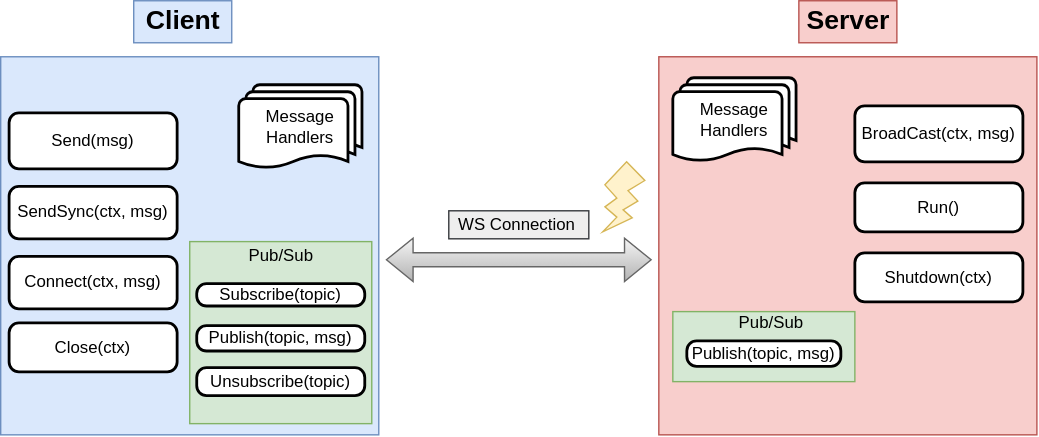
Before: docs/idea.drawio.svg, a diagram exported from draw.io (eloylp/goomerang). Source tidied: cells renumbered, new cells last; positions are measured from the earlier drawing's top-left corner, leaving out a move shared by most shapes.
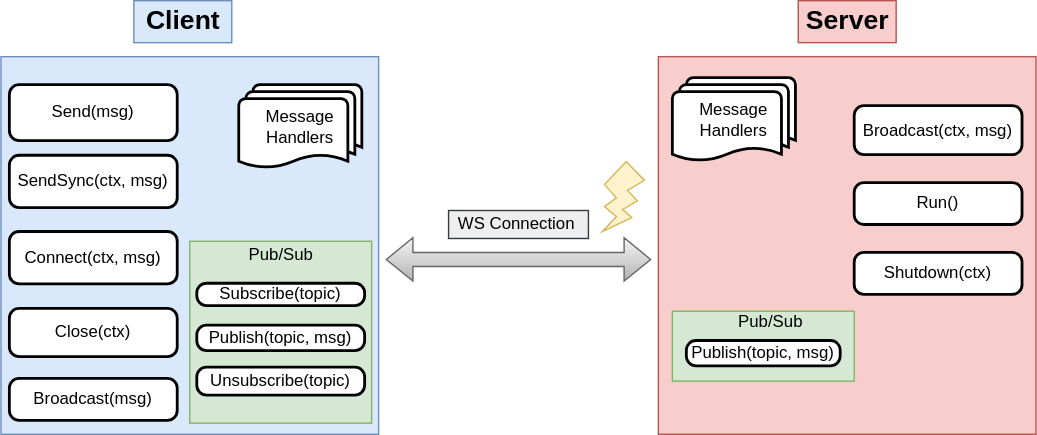
Above is the later version.

Change to the diagram source:
```diff
@@ -2,64 +2,61 @@
   <root>
     <mxCell id="0" />
     <mxCell id="1" parent="0" />
-    <mxCell id="2" style="group;" parent="1" vertex="1">
-      <mxGeometry width="740" height="310" as="geometry" />
-    </mxCell>
-    <mxCell id="3" style="whiteSpace=wrap;html=1;fillColor=#dae8fc;strokeColor=#6c8ebf;" parent="2" vertex="1">
+    <mxCell id="3" style="whiteSpace=wrap;html=1;fillColor=#dae8fc;strokeColor=#6c8ebf;" parent="1" vertex="1">
       <mxGeometry y="40" width="270" height="270" as="geometry" />
     </mxCell>
-    <mxCell id="4" style="whiteSpace=wrap;html=1;fillColor=#f8cecc;strokeColor=#b85450;" parent="2" vertex="1">
+    <mxCell id="4" style="whiteSpace=wrap;html=1;fillColor=#f8cecc;strokeColor=#b85450;" parent="1" vertex="1">
       <mxGeometry x="470" y="40" width="270" height="270" as="geometry" />
     </mxCell>
-    <mxCell id="5" value="Client" style="text;html=1;align=center;verticalAlign=middle;strokeColor=#6c8ebf;fillColor=#dae8fc;fontStyle=1;fontSize=19;" parent="2" vertex="1">
+    <mxCell id="5" value="Client" style="text;html=1;align=center;verticalAlign=middle;strokeColor=#6c8ebf;fillColor=#dae8fc;fontStyle=1;fontSize=19;" parent="1" vertex="1">
       <mxGeometry x="95" width="70" height="30" as="geometry" />
     </mxCell>
-    <mxCell id="6" style="shape=flexArrow;endArrow=classic;startArrow=classic;html=1;rounded=0;fillColor=#f5f5f5;strokeColor=#666666;gradientColor=#b3b3b3;" parent="2" edge="1">
+    <mxCell id="6" style="shape=flexArrow;endArrow=classic;startArrow=classic;html=1;rounded=0;fillColor=#f5f5f5;strokeColor=#666666;gradientColor=#b3b3b3;" parent="1" edge="1">
       <mxGeometry relative="1" as="geometry">
         <mxPoint x="275" y="185" as="sourcePoint" />
         <mxPoint x="465" y="185" as="targetPoint" />
       </mxGeometry>
     </mxCell>
-    <mxCell id="7" value="WS Connection&amp;nbsp;" style="text;html=1;align=center;verticalAlign=middle;fillColor=#eeeeee;strokeColor=#36393d;" parent="2" vertex="1">
+    <mxCell id="7" value="WS Connection&amp;nbsp;" style="text;html=1;align=center;verticalAlign=middle;fillColor=#eeeeee;strokeColor=#36393d;" parent="1" vertex="1">
       <mxGeometry x="320" y="150" width="100" height="20" as="geometry" />
     </mxCell>
-    <mxCell id="8" value="Message Handlers" style="strokeWidth=2;html=1;shape=mxgraph.flowchart.multi-document;whiteSpace=wrap;" parent="2" vertex="1">
+    <mxCell id="8" value="Message Handlers" style="strokeWidth=2;html=1;shape=mxgraph.flowchart.multi-document;whiteSpace=wrap;" parent="1" vertex="1">
       <mxGeometry x="170" y="60" width="88" height="60" as="geometry" />
     </mxCell>
-    <mxCell id="9" value="Message Handlers" style="strokeWidth=2;html=1;shape=mxgraph.flowchart.multi-document;whiteSpace=wrap;" parent="2" vertex="1">
+    <mxCell id="9" value="Message Handlers" style="strokeWidth=2;html=1;shape=mxgraph.flowchart.multi-document;whiteSpace=wrap;" parent="1" vertex="1">
       <mxGeometry x="480" y="55" width="88" height="60" as="geometry" />
     </mxCell>
-    <mxCell id="10" value="Send(msg)" style="rounded=1;whiteSpace=wrap;html=1;absoluteArcSize=1;arcSize=14;strokeWidth=2;" parent="2" vertex="1">
-      <mxGeometry x="6" y="80" width="120" height="40" as="geometry" />
+    <mxCell id="10" value="Send(msg)" style="rounded=1;whiteSpace=wrap;html=1;absoluteArcSize=1;arcSize=14;strokeWidth=2;" parent="1" vertex="1">
+      <mxGeometry x="6" y="60" width="120" height="40" as="geometry" />
     </mxCell>
-    <mxCell id="11" value="Close(ctx)" style="rounded=1;whiteSpace=wrap;html=1;absoluteArcSize=1;arcSize=14;strokeWidth=2;" parent="2" vertex="1">
-      <mxGeometry x="6" y="230" width="120" height="35" as="geometry" />
+    <mxCell id="11" value="Close(ctx)" style="rounded=1;whiteSpace=wrap;html=1;absoluteArcSize=1;arcSize=14;strokeWidth=2;" parent="1" vertex="1">
+      <mxGeometry x="6" y="220" width="120" height="34.5" as="geometry" />
     </mxCell>
-    <mxCell id="12" value="SendSync(ctx, msg)" style="rounded=1;whiteSpace=wrap;html=1;absoluteArcSize=1;arcSize=14;strokeWidth=2;" parent="2" vertex="1">
-      <mxGeometry x="6" y="132.5" width="120" height="37.5" as="geometry" />
+    <mxCell id="12" value="SendSync(ctx, msg)" style="rounded=1;whiteSpace=wrap;html=1;absoluteArcSize=1;arcSize=14;strokeWidth=2;" parent="1" vertex="1">
+      <mxGeometry x="6" y="110.5" width="120" height="37.5" as="geometry" />
     </mxCell>
-    <mxCell id="13" value="BroadCast(ctx, msg)" style="rounded=1;whiteSpace=wrap;html=1;absoluteArcSize=1;arcSize=14;strokeWidth=2;" parent="2" vertex="1">
-      <mxGeometry x="610" y="75" width="120" height="40" as="geometry" />
+    <mxCell id="13" value="Broadcast(ctx, msg)" style="rounded=1;whiteSpace=wrap;html=1;absoluteArcSize=1;arcSize=14;strokeWidth=2;" parent="1" vertex="1">
+      <mxGeometry x="610" y="75" width="120" height="35" as="geometry" />
     </mxCell>
-    <mxCell id="14" style="verticalLabelPosition=bottom;verticalAlign=top;html=1;shape=mxgraph.basic.flash;fillColor=#fff2cc;strokeColor=#d6b656;" parent="2" vertex="1">
+    <mxCell id="14" style="verticalLabelPosition=bottom;verticalAlign=top;html=1;shape=mxgraph.basic.flash;fillColor=#fff2cc;strokeColor=#d6b656;" parent="1" vertex="1">
       <mxGeometry x="430" y="115" width="30" height="50" as="geometry" />
     </mxCell>
-    <mxCell id="15" value="Connect(ctx, msg)" style="rounded=1;whiteSpace=wrap;html=1;absoluteArcSize=1;arcSize=14;strokeWidth=2;" parent="2" vertex="1">
-      <mxGeometry x="6" y="182.5" width="120" height="37.5" as="geometry" />
+    <mxCell id="15" value="Connect(ctx, msg)" style="rounded=1;whiteSpace=wrap;html=1;absoluteArcSize=1;arcSize=14;strokeWidth=2;" parent="1" vertex="1">
+      <mxGeometry x="6" y="165" width="120" height="37.5" as="geometry" />
     </mxCell>
-    <mxCell id="16" value="Run()" style="rounded=1;whiteSpace=wrap;html=1;absoluteArcSize=1;arcSize=14;strokeWidth=2;" parent="2" vertex="1">
-      <mxGeometry x="610" y="130" width="120" height="35" as="geometry" />
+    <mxCell id="16" value="Run()" style="rounded=1;whiteSpace=wrap;html=1;absoluteArcSize=1;arcSize=14;strokeWidth=2;" parent="1" vertex="1">
+      <mxGeometry x="610" y="130" width="120" height="30" as="geometry" />
     </mxCell>
-    <mxCell id="17" style="edgeStyle=orthogonalEdgeStyle;rounded=0;orthogonalLoop=1;jettySize=auto;html=1;exitX=0.5;exitY=1;exitDx=0;exitDy=0;" parent="2" edge="1" source="11" target="11">
+    <mxCell id="17" style="edgeStyle=orthogonalEdgeStyle;rounded=0;orthogonalLoop=1;jettySize=auto;html=1;exitX=0.5;exitY=1;exitDx=0;exitDy=0;" parent="1" edge="1" source="11" target="11">
       <mxGeometry relative="1" as="geometry" />
     </mxCell>
-    <mxCell id="18" value="Shutdown(ctx)" style="rounded=1;whiteSpace=wrap;html=1;absoluteArcSize=1;arcSize=14;strokeWidth=2;" parent="2" vertex="1">
-      <mxGeometry x="610" y="180" width="120" height="35" as="geometry" />
+    <mxCell id="18" value="Shutdown(ctx)" style="rounded=1;whiteSpace=wrap;html=1;absoluteArcSize=1;arcSize=14;strokeWidth=2;" parent="1" vertex="1">
+      <mxGeometry x="610" y="180" width="120" height="30" as="geometry" />
     </mxCell>
-    <mxCell id="19" value="Server" style="text;html=1;align=center;verticalAlign=middle;strokeColor=#b85450;fillColor=#f8cecc;fontStyle=1;fontSize=19;" parent="2" vertex="1">
+    <mxCell id="19" value="Server" style="text;html=1;align=center;verticalAlign=middle;strokeColor=#b85450;fillColor=#f8cecc;fontStyle=1;fontSize=19;" parent="1" vertex="1">
       <mxGeometry x="570" width="70" height="30" as="geometry" />
     </mxCell>
-    <mxCell id="20" style="group;" parent="2" vertex="1">
+    <mxCell id="20" style="group;" parent="1" vertex="1">
       <mxGeometry x="480" y="220" width="130" height="82" as="geometry" />
     </mxCell>
     <mxCell id="21" style="edgeStyle=orthogonalEdgeStyle;rounded=0;orthogonalLoop=1;jettySize=auto;html=1;exitX=0.5;exitY=1;exitDx=0;exitDy=0;" parent="20" edge="1">
@@ -77,7 +74,7 @@
     <mxCell id="24" value="Pub/Sub" style="text;html=1;align=center;verticalAlign=middle;strokeColor=none;fillColor=none;" parent="20" vertex="1">
       <mxGeometry x="40" width="60" height="20" as="geometry" />
     </mxCell>
-    <mxCell id="25" style="group;" parent="2" vertex="1">
+    <mxCell id="25" style="group;" parent="1" vertex="1">
       <mxGeometry x="135" y="172" width="130" height="130" as="geometry" />
     </mxCell>
     <mxCell id="26" style="whiteSpace=wrap;html=1;fillColor=#d5e8d4;strokeColor=#82b366;" parent="25" vertex="1">
@@ -95,5 +92,8 @@
     <mxCell id="30" value="Pub/Sub" style="text;html=1;align=center;verticalAlign=middle;strokeColor=none;fillColor=none;" parent="25" vertex="1">
       <mxGeometry x="35" width="60" height="20" as="geometry" />
     </mxCell>
+    <mxCell id="31" value="Broadcast(msg)" style="rounded=1;whiteSpace=wrap;html=1;absoluteArcSize=1;arcSize=14;strokeWidth=2;" parent="1" vertex="1">
+      <mxGeometry x="6" y="270" width="120" height="30" as="geometry" />
+    </mxCell>
   </root>
 </mxGraphModel>
```
